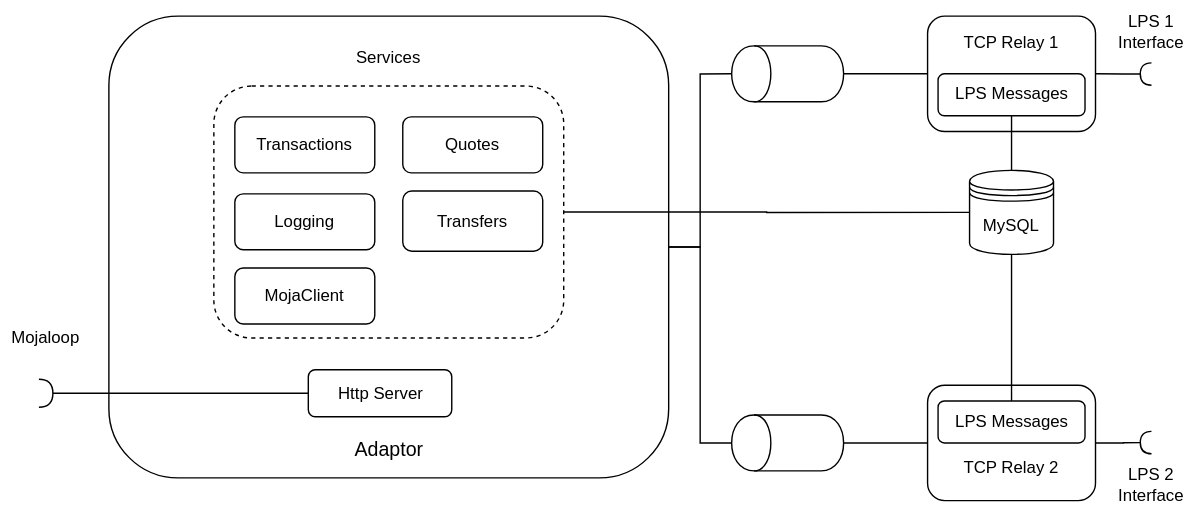
mojaloop/mojaloop-adapter keeps this draw.io diagram as media/adapter-architecture.svg. Above is the earlier version. Source tidied: cells renumbered, new cells last; positions are measured from the earlier drawing's top-left corner, leaving out a move shared by most shapes.
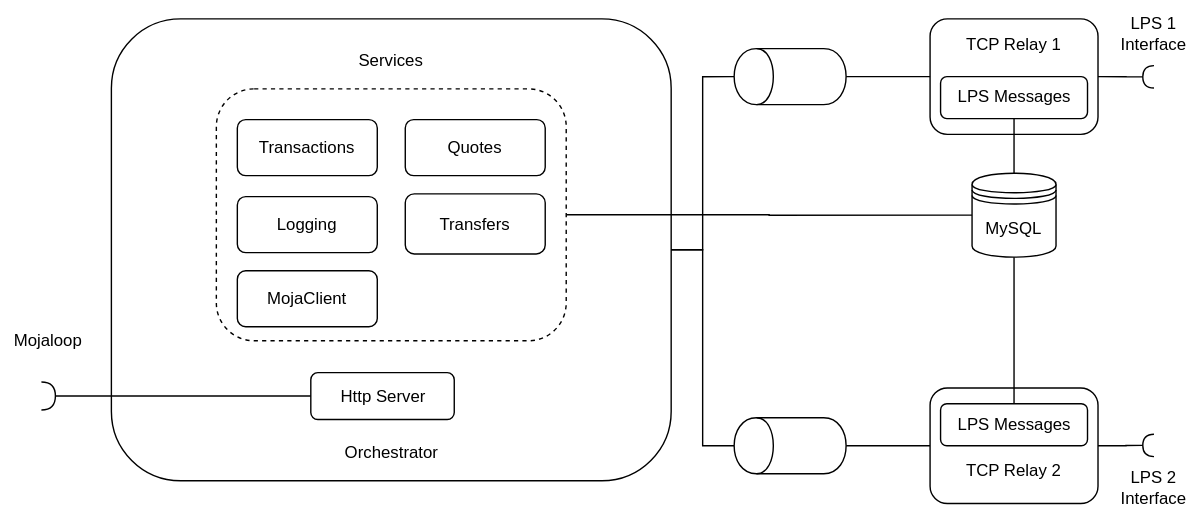
After the change.

Diff of the diagram source:
```diff
@@ -28,7 +28,7 @@
     <mxCell id="9" value="Mojaloop" style="text;html=1;strokeColor=none;fillColor=none;align=center;verticalAlign=middle;whiteSpace=wrap;rounded=0;" parent="1" vertex="1">
       <mxGeometry y="220" width="40" height="20" as="geometry" />
     </mxCell>
-    <mxCell id="10" value="&lt;font style=&quot;font-size: 14px&quot;&gt;Adaptor&lt;/font&gt;" style="text;html=1;strokeColor=none;fillColor=none;align=center;verticalAlign=middle;whiteSpace=wrap;rounded=0;" parent="1" vertex="1">
+    <mxCell id="10" value="Orchestrator" style="text;html=1;strokeColor=none;fillColor=none;align=center;verticalAlign=middle;whiteSpace=wrap;rounded=0;" parent="1" vertex="1">
       <mxGeometry x="212.5" y="300" width="105" height="20" as="geometry" />
     </mxCell>
     <mxCell id="11" value="Services" style="text;html=1;strokeColor=none;fillColor=none;align=center;verticalAlign=middle;whiteSpace=wrap;rounded=0;dashed=1;" parent="1" vertex="1">
```
